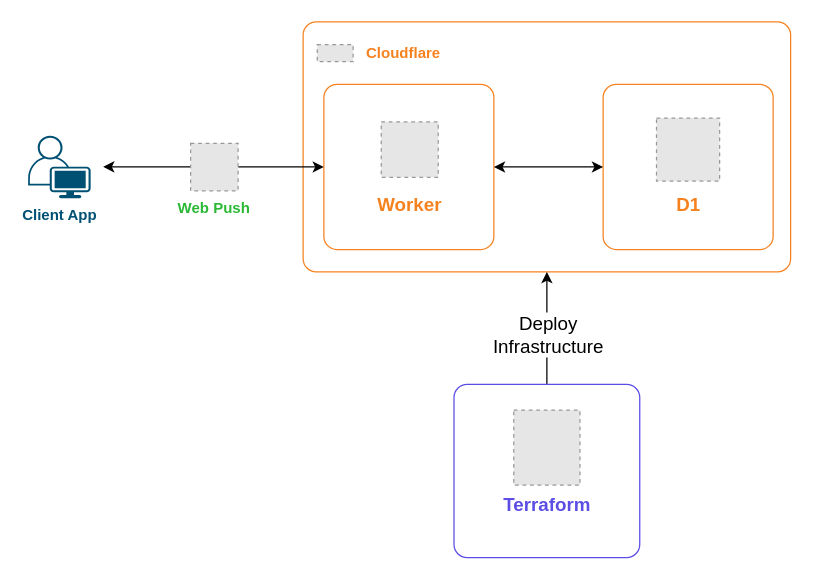
Before: drawio/working-diagram.drawio in devlotfi/push-notifier, a draw.io diagram. Source tidied: cells renumbered, new cells numbered last; positions are measured from the earlier drawing's top-left corner, leaving out a move shared by most shapes. Both pictures are drawn from the tidied source at 125%, with x=0, y=0 at pixel (28, 21). Pictures stored in the file or linked from it are replaced by grey dashed boxes.
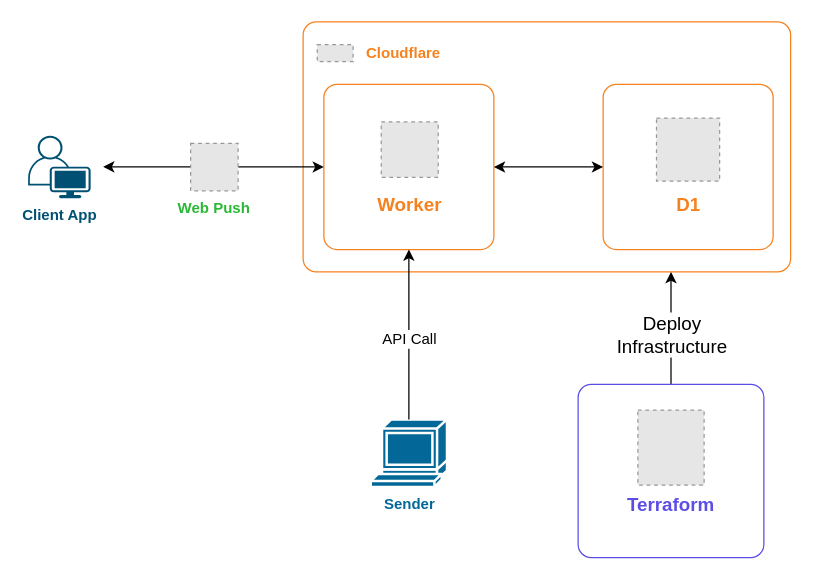
After the change.

Unchanged cells that the change refers to:
```xml
<mxCell id="3" style="rounded=1;whiteSpace=wrap;html=1;arcSize=21;absoluteArcSize=1;fillColor=none;strokeColor=light-dark(#f6821f, #ededed);fontColor=light-dark(#036897, #ededed);" parent="1" vertex="1">
  <mxGeometry x="220" width="390" height="200" as="geometry" />
</mxCell>
<mxCell id="6" style="rounded=1;whiteSpace=wrap;html=1;arcSize=21;absoluteArcSize=1;fillColor=none;strokeColor=light-dark(#f6821f, #ededed);fontColor=light-dark(#036897, #ededed);" parent="1" vertex="1">
  <mxGeometry x="236.6" y="50" width="136" height="132.1" as="geometry" />
</mxCell>
```

What changed in the source:
```diff
@@
     <mxCell id="16" style="fillColor=#E6E6E6;strokeColor=#999999;dashed=1;verticalLabelPosition=bottom;labelBackgroundColor=default;verticalAlign=top;" parent="1" vertex="1">
-      <mxGeometry x="388.5" y="310.6" width="53" height="60" as="geometry" />
+      <mxGeometry x="487.8" y="310.6" width="53" height="60" as="geometry" />
     </mxCell>
-    <mxCell id="17" style="endArrow=classic;startArrow=none;html=1;rounded=0;startFill=0;" parent="1" edge="1" source="19" target="3">
-      <mxGeometry relative="1" as="geometry" />
+    <mxCell id="17" style="endArrow=classic;startArrow=none;html=1;rounded=0;startFill=0;" parent="1" edge="1" source="19">
+      <mxGeometry relative="1" as="geometry">
+        <mxPoint x="514.3" y="200" as="targetPoint" />
+      </mxGeometry>
     </mxCell>
@@
     <mxCell id="19" style="rounded=1;whiteSpace=wrap;html=1;arcSize=21;absoluteArcSize=1;fillColor=none;strokeColor=light-dark(#5c4ee5, #EDEDED);fontColor=light-dark(#5c4ee5, #EDEDED);" parent="1" vertex="1">
-      <mxGeometry x="340.7" y="290" width="148.6" height="138.6" as="geometry" />
+      <mxGeometry x="440" y="290" width="148.6" height="138.6" as="geometry" />
     </mxCell>
     <mxCell id="20" value="Terraform" style="text;html=1;align=center;verticalAlign=middle;strokeColor=none;fillColor=none;fontColor=light-dark(#5c4ee5, #EDEDED);fontStyle=1;fontSize=15;" parent="1" vertex="1">
-      <mxGeometry x="370" y="370.6" width="90" height="30" as="geometry" />
+      <mxGeometry x="469.3" y="370.6" width="90" height="30" as="geometry" />
     </mxCell>
+    <mxCell id="21" value="Sender" style="shape=mxgraph.cisco.computers_and_peripherals.terminal;sketch=0;html=1;dashed=0;fillColor=#036897;strokeColor=#ffffff;strokeWidth=2;verticalLabelPosition=bottom;verticalAlign=top;align=center;outlineConnect=0;fontStyle=1;fontColor=light-dark(#036897, #ededed);" parent="1" vertex="1">
+      <mxGeometry x="274.1" y="318" width="61" height="54" as="geometry" />
+    </mxCell>
+    <mxCell id="22" style="endArrow=classic;startArrow=none;html=1;rounded=0;startFill=0;" parent="1" edge="1" source="21" target="6">
+      <mxGeometry relative="1" as="geometry" />
+    </mxCell>
+    <mxCell id="23" value="API Call" style="edgeLabel;html=1;align=center;verticalAlign=middle;fontSize=12;fontStyle=0;" parent="22" vertex="1">
+      <mxGeometry x="-0.05" y="-3" relative="1" as="geometry">
+        <mxPoint x="-3" as="offset" />
+      </mxGeometry>
+    </mxCell>
```
